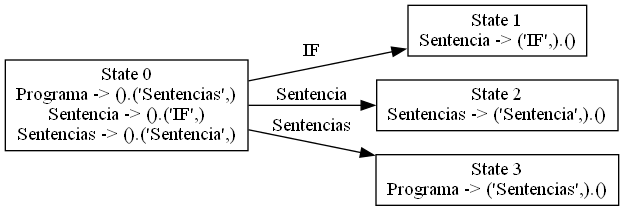
The Graphviz diagram lr0_graph.gv.png in EstebanAG1005/LaboratorioC-Lenguajes, before a commit. Its source is kept beside it as lr0_graph.gv.
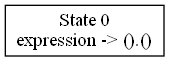
Above is the later version.

Change to the diagram source:
```diff
@@ -1,16 +1,5 @@
 digraph LR0 {
 	rankdir=LR size="8,5"
 	0 [label="State 0
-Programa -> ().('Sentencias',)
-Sentencia -> ().('IF',)
-Sentencias -> ().('Sentencia',)" shape=rectangle]
-	1 [label="State 1
-Sentencia -> ('IF',).()" shape=rectangle]
-	2 [label="State 2
-Sentencias -> ('Sentencia',).()" shape=rectangle]
-	3 [label="State 3
-Programa -> ('Sentencias',).()" shape=rectangle]
-	0 -> 1 [label=IF]
-	0 -> 2 [label=Sentencia]
-	0 -> 3 [label=Sentencias]
+expression -> ().()" shape=rectangle]
 }
```
